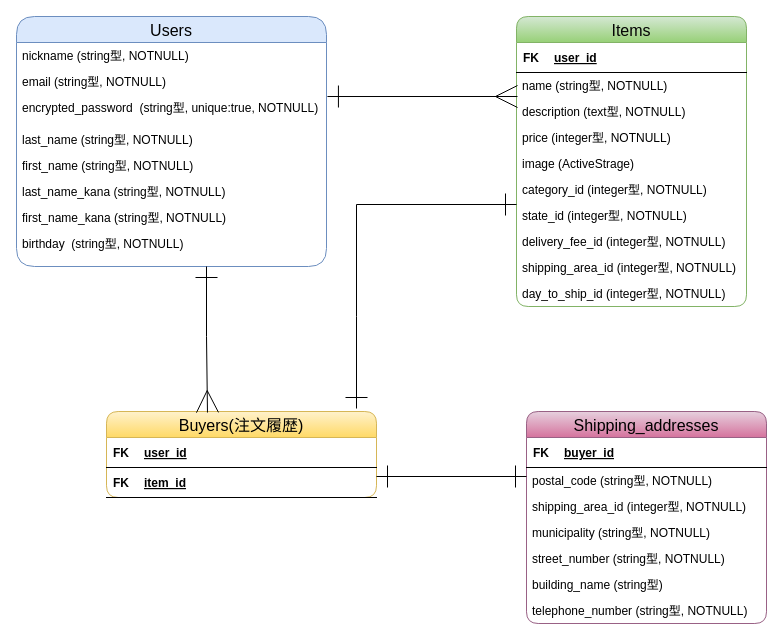
satoshi-takamatsu/furima-31891 keeps this draw.io diagram as furima.dio. Above is the earlier version. Source tidied: cells renumbered, new cells numbered last; positions are measured from the earlier drawing's top-left corner, leaving out a move shared by most shapes. Both pictures are drawn from the tidied source at 100%, with x=0, y=0 at pixel (16, 16).
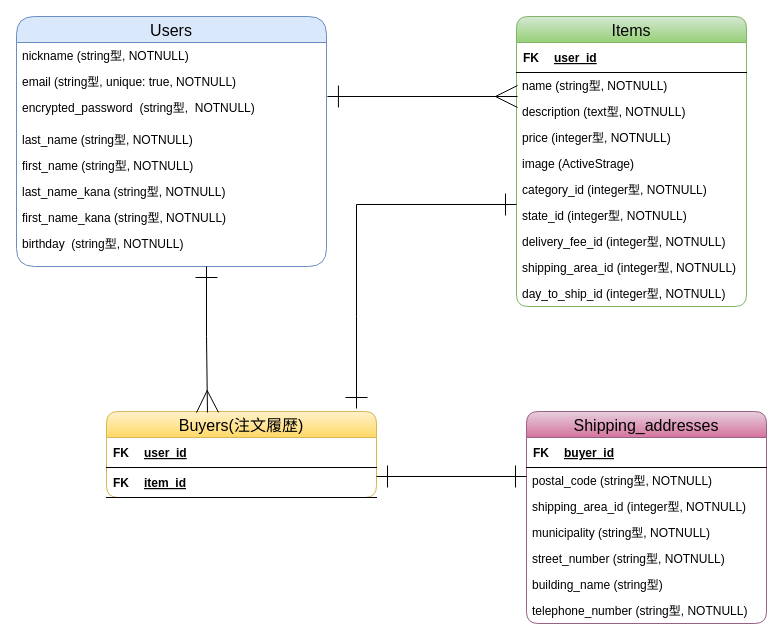
The same page after the edit.

Commit message (it also covers changes not shown here):
ER図, READMEコードレビュ修正3

パスワードを同一では保存出来ないは、今回は適切ではない。
emailは基本的に同一のものは存在しないので、emailにunique制約をつける

Unchanged cells that the change refers to:
```xml
<mxCell id="15" value="Users" style="swimlane;fontStyle=0;horizontal=1;startSize=26;fillColor=#dae8fc;rounded=1;strokeColor=#6c8ebf;fontColor=#000000;fontSize=16;arcSize=23;" parent="1" vertex="1">
  <mxGeometry width="310" height="250" as="geometry" />
</mxCell>
```

Diff of the diagram source:
```diff
@@
-    <mxCell id="17" value="email (string型, NOTNULL)" style="text;strokeColor=none;fillColor=none;align=left;verticalAlign=top;spacingLeft=4;spacingRight=4;overflow=hidden;" parent="15" vertex="1">
+    <mxCell id="17" value="email (string型, unique: true, NOTNULL)" style="text;strokeColor=none;fillColor=none;align=left;verticalAlign=top;spacingLeft=4;spacingRight=4;overflow=hidden;" parent="15" vertex="1">
       <mxGeometry y="52" width="310" height="26" as="geometry" />
     </mxCell>
-    <mxCell id="18" value="encrypted_password  (string型, unique:true, NOTNULL)" style="text;strokeColor=none;fillColor=none;align=left;verticalAlign=top;spacingLeft=4;spacingRight=4;overflow=hidden;points=[[0,0.5],[1,0.5]];portConstraint=eastwest;" parent="15" vertex="1">
+    <mxCell id="18" value="encrypted_password  (string型,  NOTNULL)" style="text;strokeColor=none;fillColor=none;align=left;verticalAlign=top;spacingLeft=4;spacingRight=4;overflow=hidden;points=[[0,0.5],[1,0.5]];portConstraint=eastwest;" parent="15" vertex="1">
       <mxGeometry y="78" width="310" height="32" as="geometry" />
     </mxCell>
```
